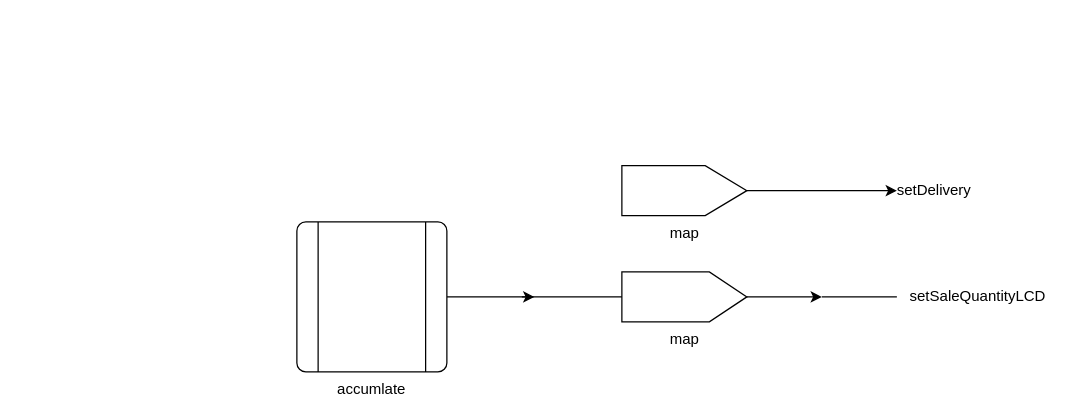
The draw.io diagram AccumulatePlusPump.drawio in suzuki-taro-29/FRP-chap4-diagrams, before the edit. Source tidied: cells renumbered, new cells numbered last; positions are measured from the earlier drawing's top-left corner, leaving out a move shared by most shapes. Both pictures are drawn from the tidied source at 125%, with x=0, y=0 at pixel (296, 165).
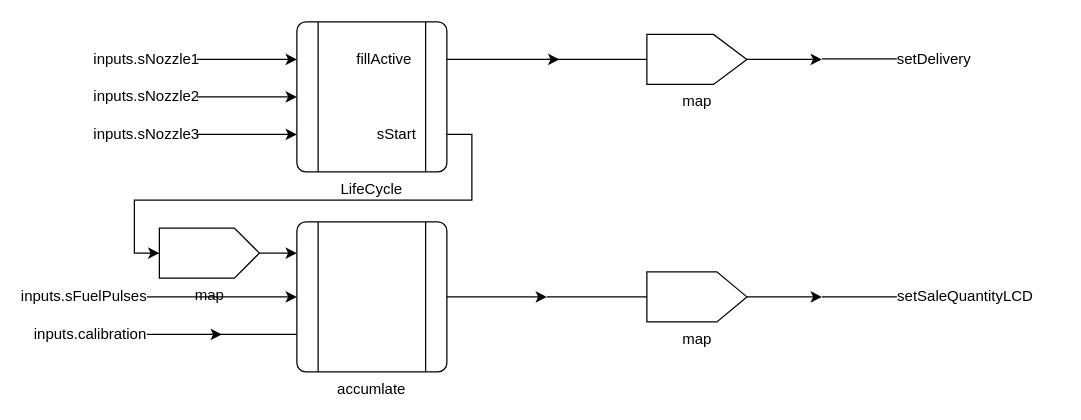
After the change.

Commit message (it also covers changes not shown here):
AccumulatePlusPump.drawio を更新します

Unchanged cells that the change refers to:
```xml
<mxCell id="10" value="accumlate" style="verticalLabelPosition=bottom;verticalAlign=top;html=1;shape=process;whiteSpace=wrap;rounded=1;size=0.14;arcSize=6;" parent="1" vertex="1">
  <mxGeometry y="45" width="120" height="120" as="geometry" />
</mxCell>
```

Change to the diagram source:
```diff
@@
     <mxCell id="2" value="map" style="verticalLabelPosition=bottom;verticalAlign=top;html=1;shape=offPageConnector;rounded=0;size=0.3333333333333333;direction=north;" parent="1" vertex="1">
-      <mxGeometry x="260" width="100" height="40" as="geometry" />
+      <mxGeometry x="280" y="-105" width="80" height="40" as="geometry" />
     </mxCell>
-    <mxCell id="3" style="endArrow=classic;html=1;rounded=0;exitX=0.5;exitY=1;exitDx=0;exitDy=0;entryX=0;entryY=0.5;entryDx=0;entryDy=0;" parent="1" edge="1" source="2" target="4">
-      <mxGeometry relative="1" as="geometry" />
+    <mxCell id="3" style="endArrow=classic;html=1;rounded=0;exitX=0.5;exitY=1;exitDx=0;exitDy=0;" parent="1" edge="1" source="2">
+      <mxGeometry relative="1" as="geometry">
+        <mxPoint x="420" y="-85" as="targetPoint" />
+      </mxGeometry>
     </mxCell>
     <mxCell id="4" value="setDelivery" style="text;html=1;align=center;verticalAlign=middle;whiteSpace=wrap;rounded=0;" parent="1" vertex="1">
-      <mxGeometry x="480" y="5" width="60" height="30" as="geometry" />
+      <mxGeometry x="480" y="-100" width="60" height="30" as="geometry" />
     </mxCell>
     <mxCell id="5" value="map" style="verticalLabelPosition=bottom;verticalAlign=top;html=1;shape=offPageConnector;rounded=0;size=0.3;direction=north;" parent="1" vertex="1">
-      <mxGeometry x="260" y="85" width="100" height="40" as="geometry" />
+      <mxGeometry x="280" y="85" width="80" height="40" as="geometry" />
     </mxCell>
@@
     <mxCell id="7" value="setSaleQuantityLCD" style="text;html=1;align=center;verticalAlign=middle;whiteSpace=wrap;rounded=0;" parent="1" vertex="1">
-      <mxGeometry x="480" y="90" width="130" height="30" as="geometry" />
+      <mxGeometry x="480" y="90" width="110" height="30" as="geometry" />
     </mxCell>
@@
     <mxCell id="9" style="edgeStyle=orthogonalEdgeStyle;rounded=0;jettySize=auto;html=1;exitX=1;exitY=0.5;exitDx=0;exitDy=0;" parent="1" edge="1" source="10">
       <mxGeometry relative="1" as="geometry">
-        <mxPoint x="190" y="105" as="targetPoint" />
+        <mxPoint x="200" y="105" as="targetPoint" />
       </mxGeometry>
     </mxCell>
@@
     <mxCell id="11" style="endArrow=none;html=1;rounded=0;exitX=0.5;exitY=0;exitDx=0;exitDy=0;" parent="1" edge="1" source="5">
       <mxGeometry relative="1" as="geometry">
-        <mxPoint x="180" y="105" as="targetPoint" />
+        <mxPoint x="200" y="105" as="targetPoint" />
       </mxGeometry>
     </mxCell>
+    <mxCell id="12" style="endArrow=none;html=1;rounded=0;" parent="1" edge="1">
+      <mxGeometry relative="1" as="geometry">
+        <mxPoint x="420" y="-85.5" as="sourcePoint" />
+        <mxPoint x="480" y="-85.5" as="targetPoint" />
+      </mxGeometry>
+    </mxCell>
+    <mxCell id="13" style="edgeStyle=orthogonalEdgeStyle;rounded=0;jettySize=auto;html=1;exitX=1;exitY=0.25;exitDx=0;exitDy=0;" parent="1" edge="1" source="15">
+      <mxGeometry relative="1" as="geometry">
+        <mxPoint x="210" y="-85" as="targetPoint" />
+        <Array as="points">
+          <mxPoint x="170" y="-85" />
+          <mxPoint x="170" y="-85" />
+        </Array>
+      </mxGeometry>
+    </mxCell>
+    <mxCell id="14" style="edgeStyle=orthogonalEdgeStyle;rounded=0;jettySize=auto;html=1;exitX=1;exitY=0.75;exitDx=0;exitDy=0;entryX=0.5;entryY=0;entryDx=0;entryDy=0;" parent="1" edge="1" source="15" target="25">
+      <mxGeometry relative="1" as="geometry" />
+    </mxCell>
+    <mxCell id="15" value="LifeCycle" style="verticalLabelPosition=bottom;verticalAlign=top;html=1;shape=process;whiteSpace=wrap;rounded=1;size=0.14;arcSize=6;" parent="1" vertex="1">
+      <mxGeometry y="-115" width="120" height="120" as="geometry" />
+    </mxCell>
+    <mxCell id="16" style="endArrow=classic;html=1;rounded=0;entryX=0;entryY=0.75;entryDx=0;entryDy=0;" parent="1" edge="1" target="15">
+      <mxGeometry relative="1" as="geometry">
+        <mxPoint x="-80" y="-25" as="sourcePoint" />
+      </mxGeometry>
+    </mxCell>
+    <mxCell id="17" style="endArrow=classic;html=1;rounded=0;entryX=0;entryY=0.5;entryDx=0;entryDy=0;" parent="1" edge="1" target="15">
+      <mxGeometry relative="1" as="geometry">
+        <mxPoint x="-80" y="-55" as="sourcePoint" />
+      </mxGeometry>
+    </mxCell>
+    <mxCell id="18" style="endArrow=classic;html=1;rounded=0;entryX=0;entryY=0.25;entryDx=0;entryDy=0;" parent="1" edge="1" target="15">
+      <mxGeometry relative="1" as="geometry">
+        <mxPoint x="-80" y="-85" as="sourcePoint" />
+      </mxGeometry>
+    </mxCell>
+    <mxCell id="19" value="inputs.sNozzle1" style="text;html=1;align=center;verticalAlign=middle;whiteSpace=wrap;rounded=0;" parent="1" vertex="1">
+      <mxGeometry x="-160" y="-100" width="80" height="30" as="geometry" />
+    </mxCell>
+    <mxCell id="20" value="inputs.sNozzle2" style="text;html=1;align=center;verticalAlign=middle;whiteSpace=wrap;rounded=0;" parent="1" vertex="1">
+      <mxGeometry x="-160" y="-70" width="80" height="30" as="geometry" />
+    </mxCell>
+    <mxCell id="21" value="inputs.sNozzle3" style="text;html=1;align=center;verticalAlign=middle;whiteSpace=wrap;rounded=0;" parent="1" vertex="1">
+      <mxGeometry x="-160" y="-40" width="80" height="30" as="geometry" />
+    </mxCell>
+    <mxCell id="22" style="endArrow=none;html=1;rounded=0;entryX=0.5;entryY=0;entryDx=0;entryDy=0;" parent="1" edge="1" target="2">
+      <mxGeometry relative="1" as="geometry">
+        <mxPoint x="200" y="-85" as="sourcePoint" />
+      </mxGeometry>
+    </mxCell>
+    <mxCell id="23" value="fillActive" style="text;html=1;align=center;verticalAlign=middle;whiteSpace=wrap;rounded=0;" parent="1" vertex="1">
+      <mxGeometry x="40" y="-100" width="60" height="30" as="geometry" />
+    </mxCell>
+    <mxCell id="24" style="edgeStyle=orthogonalEdgeStyle;rounded=0;orthogonalLoop=1;jettySize=auto;html=1;exitX=0.5;exitY=1;exitDx=0;exitDy=0;" parent="1" edge="1" source="23" target="23">
+      <mxGeometry relative="1" as="geometry" />
+    </mxCell>
+    <mxCell id="25" value="map" style="verticalLabelPosition=bottom;verticalAlign=top;html=1;shape=offPageConnector;rounded=0;size=0.25;direction=north;" parent="1" vertex="1">
+      <mxGeometry x="-110" y="50" width="80" height="40" as="geometry" />
+    </mxCell>
+    <mxCell id="26" style="edgeStyle=orthogonalEdgeStyle;rounded=0;jettySize=auto;html=1;" parent="1" edge="1" source="25">
+      <mxGeometry relative="1" as="geometry">
+        <mxPoint y="70" as="targetPoint" />
+      </mxGeometry>
+    </mxCell>
+    <mxCell id="27" value="sStart" style="text;html=1;align=center;verticalAlign=middle;whiteSpace=wrap;rounded=0;" parent="1" vertex="1">
+      <mxGeometry x="50" y="-40" width="60" height="30" as="geometry" />
+    </mxCell>
+    <mxCell id="28" style="endArrow=classic;html=1;rounded=0;entryX=0;entryY=0.5;entryDx=0;entryDy=0;exitX=1;exitY=0.5;exitDx=0;exitDy=0;" parent="1" edge="1" source="29" target="10">
+      <mxGeometry relative="1" as="geometry" />
+    </mxCell>
+    <mxCell id="29" value="inputs.sFuelPulses" style="text;html=1;align=center;verticalAlign=middle;whiteSpace=wrap;rounded=0;" parent="1" vertex="1">
+      <mxGeometry x="-220" y="90" width="100" height="30" as="geometry" />
+    </mxCell>
+    <mxCell id="30" style="endArrow=classic;html=1;rounded=0;" parent="1" edge="1">
+      <mxGeometry relative="1" as="geometry">
+        <mxPoint x="-120" y="135" as="sourcePoint" />
+        <mxPoint x="-60" y="135" as="targetPoint" />
+      </mxGeometry>
+    </mxCell>
+    <mxCell id="31" value="inputs.calibration" style="text;html=1;align=center;verticalAlign=middle;whiteSpace=wrap;rounded=0;" parent="1" vertex="1">
+      <mxGeometry x="-210" y="120" width="90" height="30" as="geometry" />
+    </mxCell>
+    <mxCell id="32" style="endArrow=none;html=1;rounded=0;" parent="1" edge="1">
+      <mxGeometry relative="1" as="geometry">
+        <mxPoint x="-70" y="135" as="sourcePoint" />
+        <mxPoint y="135" as="targetPoint" />
+      </mxGeometry>
+    </mxCell>
```
